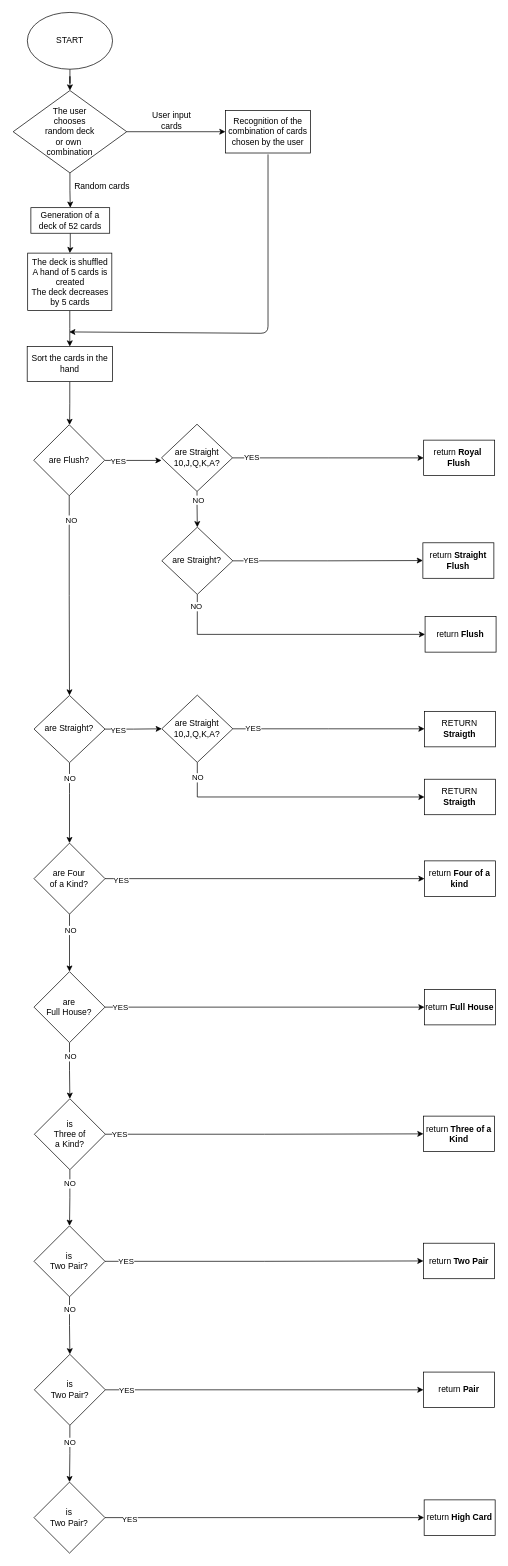
The draw.io diagram assets/flowchart/Poker_game_flowchart.drawio in DomenicoMassimoCavaglieri/Poker-Game, before the edit. Source tidied: cells renumbered, new cells numbered last; positions are measured from the earlier drawing's top-left corner, leaving out a move shared by most shapes. Both pictures are drawn from the tidied source at 71%, with x=0, y=0 at pixel (12, 12).
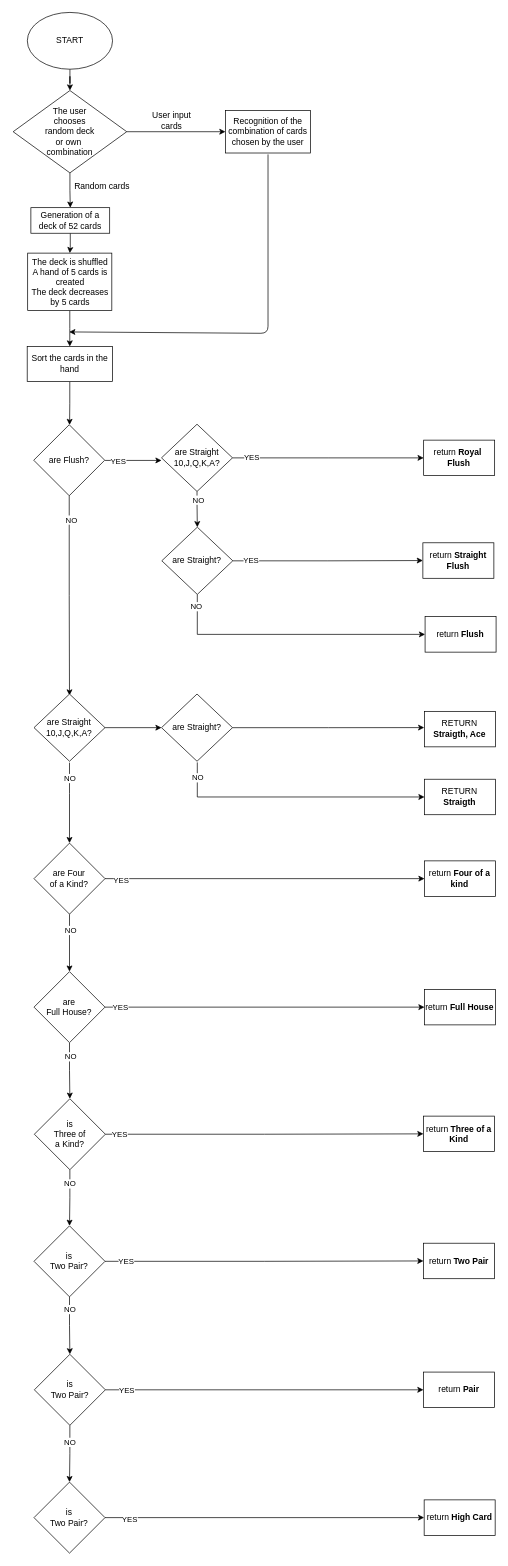
The same diagram, later.

Unchanged cells that the change refers to:
```xml
<mxCell id="26" value="are Four &lt;br&gt;of a Kind?" style="rhombus;whiteSpace=wrap;html=1;" parent="17" vertex="1">
  <mxGeometry width="100" height="100" as="geometry" />
</mxCell>
<mxCell id="57" value="are Flush?" style="rhombus;whiteSpace=wrap;html=1;" parent="56" vertex="1">
  <mxGeometry x="30" y="5" width="100" height="100" as="geometry" />
</mxCell>
<mxCell id="78" value="RETURN &lt;b&gt;Straigth&lt;/b&gt;" style="whiteSpace=wrap;html=1;" parent="1" vertex="1">
  <mxGeometry x="580.4" y="1080" width="100" height="50" as="geometry" />
</mxCell>
```

Change to the diagram source:
```diff
@@
-    <mxCell id="58" style="edgeStyle=orthogonalEdgeStyle;rounded=0;jettySize=auto;html=1;" parent="1" edge="1" source="62" target="69">
-      <mxGeometry relative="1" as="geometry" />
-    </mxCell>
-    <mxCell id="59" value="YES" style="edgeLabel;html=1;align=center;verticalAlign=middle;" parent="58" vertex="1">
-      <mxGeometry x="-0.67" y="-1" relative="1" as="geometry">
-        <mxPoint x="5" as="offset" />
-      </mxGeometry>
-    </mxCell>
-    <mxCell id="60" style="edgeStyle=orthogonalEdgeStyle;rounded=0;jettySize=auto;html=1;entryX=0.5;entryY=0;entryDx=0;entryDy=0;" parent="1" edge="1" source="62" target="26">
+    <mxCell id="60" style="edgeStyle=orthogonalEdgeStyle;rounded=0;jettySize=auto;html=1;entryX=0.5;entryY=0;entryDx=0;entryDy=0;" parent="1" edge="1" target="26">
       <mxGeometry relative="1" as="geometry">
+        <mxPoint x="80.4" y="1056.7" as="sourcePoint" />
         <Array as="points">
           <mxPoint x="80.4" y="1100" />
           <mxPoint x="80.4" y="1100" />
         </Array>
       </mxGeometry>
     </mxCell>
@@
-    <mxCell id="62" value="are Straight?" style="rhombus;whiteSpace=wrap;html=1;" parent="1" vertex="1">
-      <mxGeometry x="30.4" y="962" width="100" height="94.7" as="geometry" />
-    </mxCell>
-    <mxCell id="63" style="edgeStyle=orthogonalEdgeStyle;rounded=0;jettySize=auto;html=1;exitX=0.5;exitY=1;exitDx=0;exitDy=0;" parent="1" edge="1" source="57" target="62">
-      <mxGeometry relative="1" as="geometry" />
+    <mxCell id="63" style="edgeStyle=orthogonalEdgeStyle;rounded=0;jettySize=auto;html=1;exitX=0.5;exitY=1;exitDx=0;exitDy=0;" parent="1" edge="1" source="57">
+      <mxGeometry relative="1" as="geometry">
+        <mxPoint x="80.4" y="962" as="targetPoint" />
+      </mxGeometry>
     </mxCell>
@@
-    <mxCell id="65" style="edgeStyle=orthogonalEdgeStyle;rounded=0;jettySize=auto;html=1;entryX=0;entryY=0.5;entryDx=0;entryDy=0;" parent="1" edge="1" source="69">
-      <mxGeometry relative="1" as="geometry">
-        <mxPoint x="580.4" y="1009" as="targetPoint" />
-      </mxGeometry>
-    </mxCell>
-    <mxCell id="66" value="YES" style="edgeLabel;html=1;align=center;verticalAlign=middle;" parent="65" vertex="1">
-      <mxGeometry x="-0.79" y="-2" relative="1" as="geometry">
-        <mxPoint y="-3" as="offset" />
-      </mxGeometry>
-    </mxCell>
-    <mxCell id="67" style="edgeStyle=orthogonalEdgeStyle;rounded=0;jettySize=auto;html=1;entryX=0;entryY=0.5;entryDx=0;entryDy=0;" parent="1" edge="1" source="69" target="78">
+    <mxCell id="67" style="edgeStyle=orthogonalEdgeStyle;rounded=0;jettySize=auto;html=1;entryX=0;entryY=0.5;entryDx=0;entryDy=0;" parent="1" edge="1" target="78">
       <mxGeometry relative="1" as="geometry">
+        <mxPoint x="260.4" y="1056.3" as="sourcePoint" />
         <Array as="points">
           <mxPoint x="260.4" y="1105" />
         </Array>
       </mxGeometry>
     </mxCell>
@@
-    <mxCell id="69" value="are Straight&lt;br&gt;10,J,Q,K,A?" style="rhombus;whiteSpace=wrap;html=1;" parent="1" vertex="1">
-      <mxGeometry x="210.4" y="961.6" width="100" height="94.7" as="geometry" />
-    </mxCell>
@@
-    <mxCell id="82" value="RETURN &lt;b&gt;Straigth&lt;/b&gt;" style="whiteSpace=wrap;html=1;" parent="1" vertex="1">
+    <mxCell id="82" value="RETURN &lt;b&gt;Straigth, Ace&lt;/b&gt;" style="whiteSpace=wrap;html=1;" parent="1" vertex="1">
       <mxGeometry x="580.4" y="984.4" width="100" height="50" as="geometry" />
     </mxCell>
+    <mxCell id="83" style="edgeStyle=orthogonalEdgeStyle;rounded=0;jettySize=auto;html=1;" parent="1" edge="1" source="69" target="62">
+      <mxGeometry relative="1" as="geometry" />
+    </mxCell>
+    <mxCell id="69" value="are Straight&lt;br&gt;10,J,Q,K,A?" style="rhombus;whiteSpace=wrap;html=1;" parent="1" vertex="1">
+      <mxGeometry x="30.4" y="960" width="100" height="94.7" as="geometry" />
+    </mxCell>
+    <mxCell id="84" style="edgeStyle=orthogonalEdgeStyle;rounded=0;jettySize=auto;html=1;" parent="1" edge="1" source="62">
+      <mxGeometry relative="1" as="geometry">
+        <mxPoint x="580" y="1007.3" as="targetPoint" />
+      </mxGeometry>
+    </mxCell>
+    <mxCell id="62" value="are Straight?" style="rhombus;whiteSpace=wrap;html=1;" parent="1" vertex="1">
+      <mxGeometry x="210" y="960" width="100" height="94.7" as="geometry" />
+    </mxCell>
```
